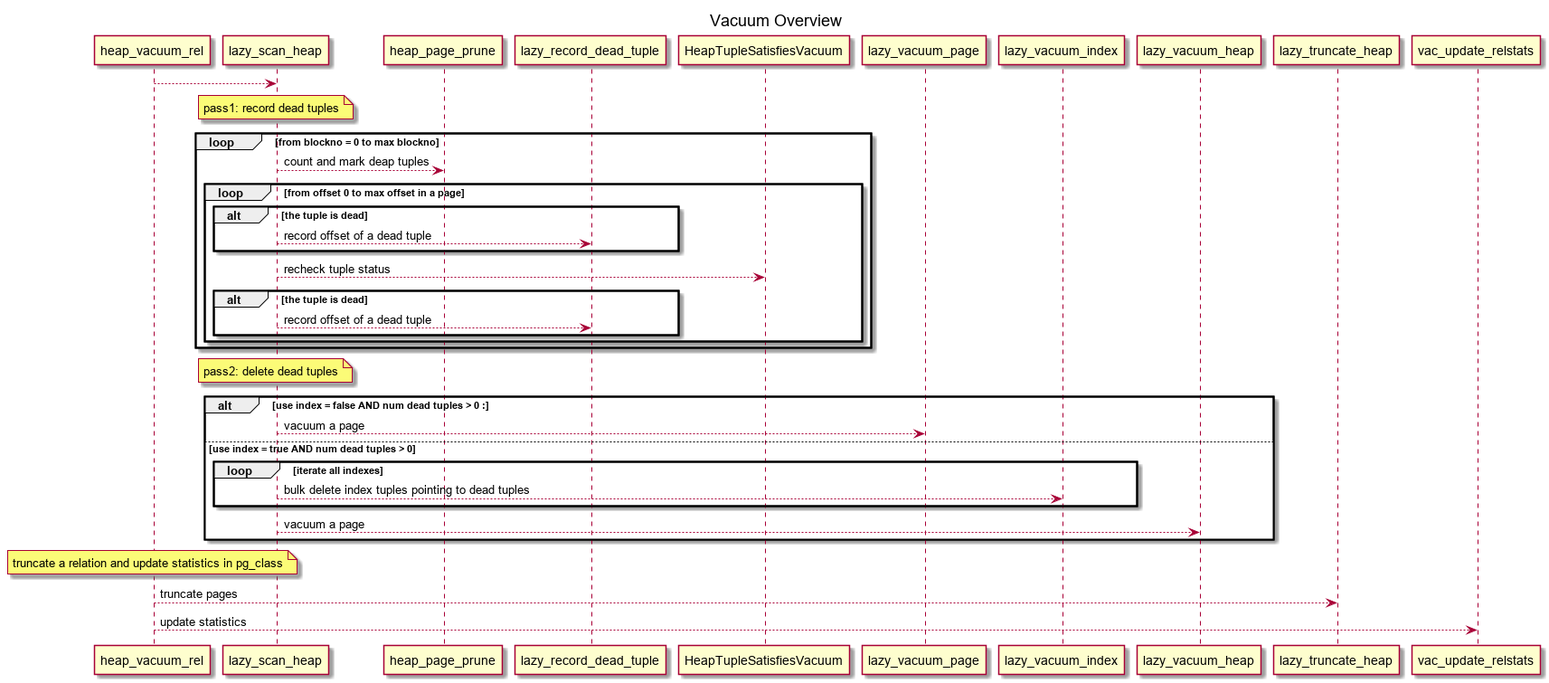
This is vacuum_overview/Vacuum Overview.png from zyake/postgres_analysis, a PlantUML export, as it was before one commit.
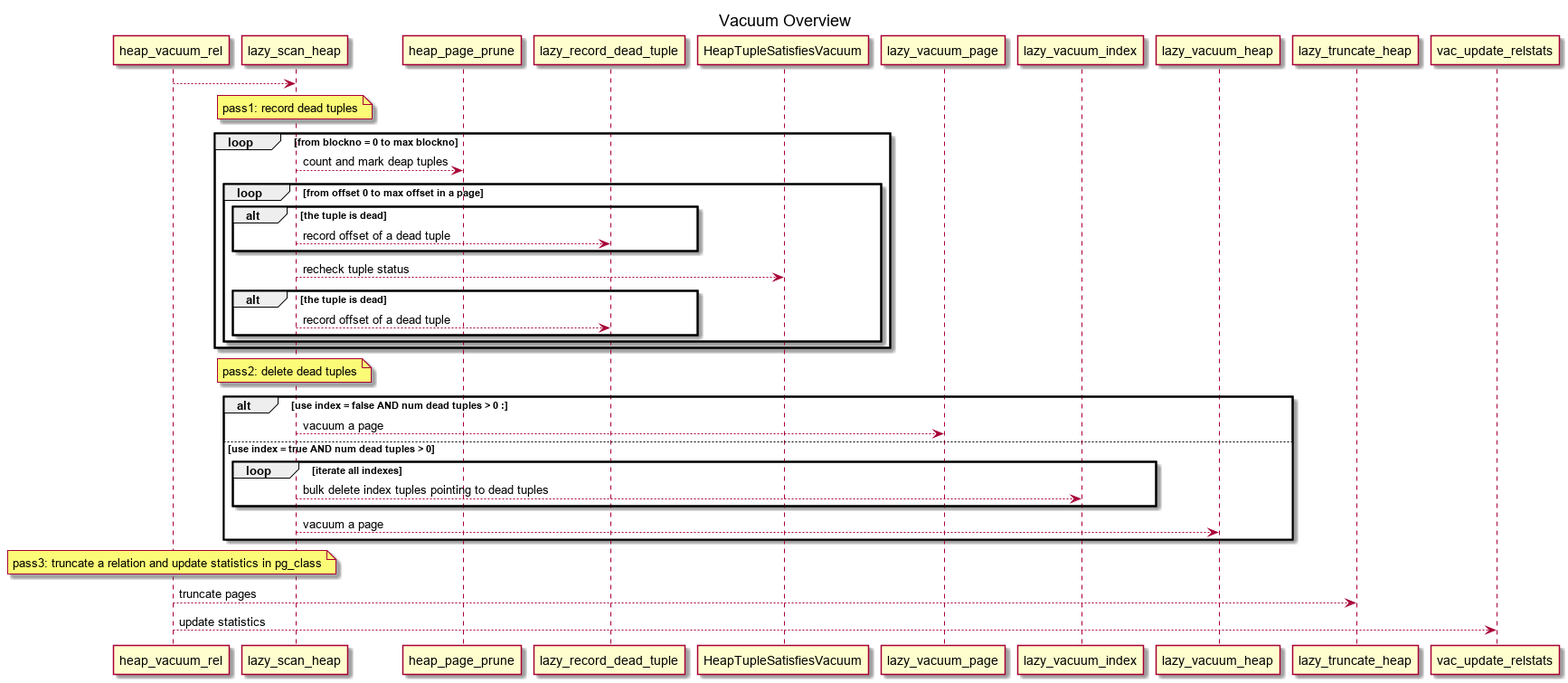
After the commit.

What changed in the source:
```diff
@@ -29,7 +29,7 @@
     lazy_scan_heap --> lazy_vacuum_heap : vacuum a page
 end
 
-note over heap_vacuum_rel : truncate a relation and update statistics in pg_class
+note over heap_vacuum_rel : pass3: truncate a relation and update statistics in pg_class
 heap_vacuum_rel --> lazy_truncate_heap : truncate pages
 heap_vacuum_rel --> vac_update_relstats : update statistics
 
```
